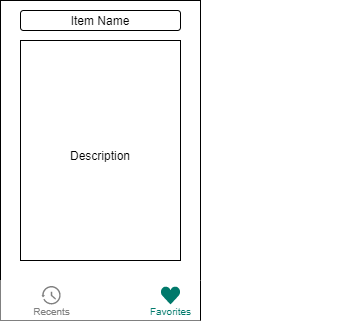
Before: Barter System App Wireframe.png, a diagram exported from draw.io (TanishqSinghAnand/Barter-System-APP-wireframe-and-user-stories). Source tidied: cells renumbered, new cells last; positions are measured from the earlier drawing's top-left corner, leaving out a move shared by most shapes. Source of this version:
```xml
<mxGraphModel>
  <root>
    <mxCell id="0" />
    <mxCell id="1" parent="0" />
    <mxCell id="2" style="rounded=0;whiteSpace=wrap;html=1;" parent="1" vertex="1">
      <mxGeometry width="200" height="320" as="geometry" />
    </mxCell>
    <mxCell id="3" style="dashed=0;align=center;fontSize=12;shape=rect;fillColor=#ffffff;strokeColor=none;shadow=0;" parent="1" vertex="1">
      <mxGeometry y="280" width="340" height="40" as="geometry" />
    </mxCell>
    <mxCell id="4" value="Recents" style="dashed=0;html=1;shape=mxgraph.gmdl.recents;fillColor=#808080;strokeColor=none;fontColor=#808080;verticalAlign=top;spacingLeft=0;fontSize=10;labelPosition=center;verticalLabelPosition=bottom;align=center;spacingBottom=0;spacingTop=-6;" parent="3" vertex="1">
      <mxGeometry x="0.15" y="0.5" width="20" height="20" relative="1" as="geometry">
        <mxPoint x="-10" y="-15" as="offset" />
      </mxGeometry>
    </mxCell>
    <mxCell id="5" value="Favorites" style="dashed=0;html=1;shape=mxgraph.gmdl.heart;fillColor=#00796B;strokeColor=none;fontColor=#00796B;verticalAlign=top;spacingLeft=0;fontSize=10;labelPosition=center;verticalLabelPosition=bottom;align=center;spacingBottom=0;spacingTop=-5;" parent="3" vertex="1">
      <mxGeometry x="0.5" y="0.5" width="20" height="18" relative="1" as="geometry">
        <mxPoint x="-10" y="-14" as="offset" />
      </mxGeometry>
    </mxCell>
    <mxCell id="6" style="endArrow=none;html=1;" parent="3" edge="1">
      <mxGeometry relative="1" as="geometry">
        <mxPoint x="200" y="40" as="sourcePoint" />
        <mxPoint x="200" as="targetPoint" />
        <Array as="points">
          <mxPoint x="200" y="40" />
        </Array>
      </mxGeometry>
    </mxCell>
    <mxCell id="7" style="rounded=1;whiteSpace=wrap;html=1;" parent="1" vertex="1">
      <mxGeometry x="20" y="10" width="160" height="20" as="geometry" />
    </mxCell>
    <mxCell id="8" value="Item Name" style="text;html=1;strokeColor=none;fillColor=none;align=center;verticalAlign=middle;whiteSpace=wrap;rounded=0;" parent="1" vertex="1">
      <mxGeometry x="20" y="10" width="160" height="20" as="geometry" />
    </mxCell>
    <mxCell id="9" style="rounded=0;whiteSpace=wrap;html=1;" parent="1" vertex="1">
      <mxGeometry x="20" y="40" width="160" height="220" as="geometry" />
    </mxCell>
    <mxCell id="10" value="Description" style="text;html=1;strokeColor=none;fillColor=none;align=center;verticalAlign=middle;whiteSpace=wrap;rounded=0;" parent="1" vertex="1">
      <mxGeometry x="20" y="40" width="160" height="230" as="geometry" />
    </mxCell>
  </root>
</mxGraphModel>
```
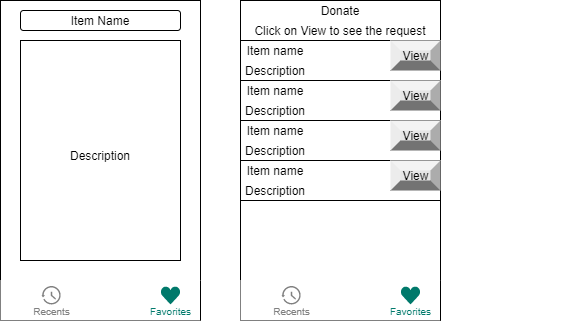
After the commit.

Commit message:
Added Donate Screen

What changed in the source:
```diff
@@ -39,5 +39,93 @@
     <mxCell id="10" value="Description" style="text;html=1;strokeColor=none;fillColor=none;align=center;verticalAlign=middle;whiteSpace=wrap;rounded=0;" parent="1" vertex="1">
       <mxGeometry x="20" y="40" width="160" height="230" as="geometry" />
     </mxCell>
+    <mxCell id="11" style="rounded=0;whiteSpace=wrap;html=1;" parent="1" vertex="1">
+      <mxGeometry x="240" width="200" height="320" as="geometry" />
+    </mxCell>
+    <mxCell id="12" style="dashed=0;align=center;fontSize=12;shape=rect;fillColor=#ffffff;strokeColor=none;shadow=0;" parent="1" vertex="1">
+      <mxGeometry x="240" y="280" width="340" height="40" as="geometry" />
+    </mxCell>
+    <mxCell id="13" value="Recents" style="dashed=0;html=1;shape=mxgraph.gmdl.recents;fillColor=#808080;strokeColor=none;fontColor=#808080;verticalAlign=top;spacingLeft=0;fontSize=10;labelPosition=center;verticalLabelPosition=bottom;align=center;spacingBottom=0;spacingTop=-6;" parent="12" vertex="1">
+      <mxGeometry x="0.15" y="0.5" width="20" height="20" relative="1" as="geometry">
+        <mxPoint x="-10" y="-15" as="offset" />
+      </mxGeometry>
+    </mxCell>
+    <mxCell id="14" value="Favorites" style="dashed=0;html=1;shape=mxgraph.gmdl.heart;fillColor=#00796B;strokeColor=none;fontColor=#00796B;verticalAlign=top;spacingLeft=0;fontSize=10;labelPosition=center;verticalLabelPosition=bottom;align=center;spacingBottom=0;spacingTop=-5;" parent="12" vertex="1">
+      <mxGeometry x="0.5" y="0.5" width="20" height="18" relative="1" as="geometry">
+        <mxPoint x="-10" y="-14" as="offset" />
+      </mxGeometry>
+    </mxCell>
+    <mxCell id="15" style="endArrow=none;html=1;" parent="12" edge="1">
+      <mxGeometry relative="1" as="geometry">
+        <mxPoint x="200" y="40" as="sourcePoint" />
+        <mxPoint x="200" as="targetPoint" />
+        <Array as="points">
+          <mxPoint x="200" y="40" />
+        </Array>
+      </mxGeometry>
+    </mxCell>
+    <mxCell id="16" style="endArrow=none;html=1;" parent="12" edge="1">
+      <mxGeometry relative="1" as="geometry">
+        <mxPoint x="200" y="40" as="sourcePoint" />
+        <mxPoint x="200" as="targetPoint" />
+        <Array as="points">
+          <mxPoint x="200" y="40" />
+        </Array>
+      </mxGeometry>
+    </mxCell>
+    <mxCell id="17" style="rounded=0;whiteSpace=wrap;html=1;" parent="1" vertex="1">
+      <mxGeometry x="240" y="40" width="200" height="40" as="geometry" />
+    </mxCell>
+    <mxCell id="18" style="rounded=0;whiteSpace=wrap;html=1;" parent="1" vertex="1">
+      <mxGeometry x="240" y="80" width="200" height="40" as="geometry" />
+    </mxCell>
+    <mxCell id="19" style="rounded=0;whiteSpace=wrap;html=1;" parent="1" vertex="1">
+      <mxGeometry x="240" y="120" width="200" height="40" as="geometry" />
+    </mxCell>
+    <mxCell id="20" style="rounded=0;whiteSpace=wrap;html=1;" parent="1" vertex="1">
+      <mxGeometry x="240" y="160" width="200" height="40" as="geometry" />
+    </mxCell>
+    <mxCell id="21" value="Item name" style="text;html=1;strokeColor=none;fillColor=none;align=center;verticalAlign=middle;whiteSpace=wrap;rounded=0;" parent="1" vertex="1">
+      <mxGeometry x="240" y="40" width="70" height="20" as="geometry" />
+    </mxCell>
+    <mxCell id="22" value="Description" style="text;html=1;strokeColor=none;fillColor=none;align=center;verticalAlign=middle;whiteSpace=wrap;rounded=0;" parent="1" vertex="1">
+      <mxGeometry x="240" y="60" width="70" height="20" as="geometry" />
+    </mxCell>
+    <mxCell id="23" value="Item name" style="text;html=1;strokeColor=none;fillColor=none;align=center;verticalAlign=middle;whiteSpace=wrap;rounded=0;" parent="1" vertex="1">
+      <mxGeometry x="240" y="80" width="70" height="20" as="geometry" />
+    </mxCell>
+    <mxCell id="24" value="Item name" style="text;html=1;strokeColor=none;fillColor=none;align=center;verticalAlign=middle;whiteSpace=wrap;rounded=0;" parent="1" vertex="1">
+      <mxGeometry x="240" y="120" width="70" height="20" as="geometry" />
+    </mxCell>
+    <mxCell id="25" value="Item name" style="text;html=1;strokeColor=none;fillColor=none;align=center;verticalAlign=middle;whiteSpace=wrap;rounded=0;" parent="1" vertex="1">
+      <mxGeometry x="240" y="160" width="70" height="20" as="geometry" />
+    </mxCell>
+    <mxCell id="26" value="Description" style="text;html=1;strokeColor=none;fillColor=none;align=center;verticalAlign=middle;whiteSpace=wrap;rounded=0;" parent="1" vertex="1">
+      <mxGeometry x="240" y="100" width="70" height="20" as="geometry" />
+    </mxCell>
+    <mxCell id="27" value="Description" style="text;html=1;strokeColor=none;fillColor=none;align=center;verticalAlign=middle;whiteSpace=wrap;rounded=0;" parent="1" vertex="1">
+      <mxGeometry x="240" y="140" width="70" height="20" as="geometry" />
+    </mxCell>
+    <mxCell id="28" value="Description" style="text;html=1;strokeColor=none;fillColor=none;align=center;verticalAlign=middle;whiteSpace=wrap;rounded=0;" parent="1" vertex="1">
+      <mxGeometry x="240" y="180" width="70" height="20" as="geometry" />
+    </mxCell>
+    <mxCell id="29" value="View&lt;span style=&quot;color: rgba(0 , 0 , 0 , 0) ; font-family: monospace ; font-size: 0px&quot;&gt;%3CmxGraphModel%3E%3Croot%3E%3CmxCell%20id%3D%220%22%2F%3E%3CmxCell%20id%3D%221%22%20parent%3D%220%22%2F%3E%3CmxCell%20id%3D%222%22%20value%3D%22Description%22%20style%3D%22text%3Bhtml%3D1%3BstrokeColor%3Dnone%3BfillColor%3Dnone%3Balign%3Dcenter%3BverticalAlign%3Dmiddle%3BwhiteSpace%3Dwrap%3Brounded%3D0%3B%22%20vertex%3D%221%22%20parent%3D%221%22%3E%3CmxGeometry%20x%3D%22240%22%20y%3D%22100%22%20width%3D%2270%22%20height%3D%2220%22%20as%3D%22geometry%22%2F%3E%3C%2FmxCell%3E%3C%2Froot%3E%3C%2FmxGraphModel%3E&lt;/span&gt;&lt;span style=&quot;color: rgba(0 , 0 , 0 , 0) ; font-family: monospace ; font-size: 0px&quot;&gt;%3CmxGraphModel%3E%3Croot%3E%3CmxCell%20id%3D%220%22%2F%3E%3CmxCell%20id%3D%221%22%20parent%3D%220%22%2F%3E%3CmxCell%20id%3D%222%22%20value%3D%22Description%22%20style%3D%22text%3Bhtml%3D1%3BstrokeColor%3Dnone%3BfillColor%3Dnone%3Balign%3Dcenter%3BverticalAlign%3Dmiddle%3BwhiteSpace%3Dwrap%3Brounded%3D0%3B%22%20vertex%3D%221%22%20parent%3D%221%22%3E%3CmxGeometry%20x%3D%22240%22%20y%3D%22100%22%20width%3D%2270%22%20height%3D%2220%22%20as%3D%22geometry%22%2F%3E%3C%2FmxCell%3E%3C%2Froot%3E%3C%2FmxGraphModel%3E&lt;/span&gt;&lt;span style=&quot;color: rgba(0 , 0 , 0 , 0) ; font-family: monospace ; font-size: 0px&quot;&gt;%3CmxGraphModel%3E%3Croot%3E%3CmxCell%20id%3D%220%22%2F%3E%3CmxCell%20id%3D%221%22%20parent%3D%220%22%2F%3E%3CmxCell%20id%3D%222%22%20value%3D%22Description%22%20style%3D%22text%3Bhtml%3D1%3BstrokeColor%3Dnone%3BfillColor%3Dnone%3Balign%3Dcenter%3BverticalAlign%3Dmiddle%3BwhiteSpace%3Dwrap%3Brounded%3D0%3B%22%20vertex%3D%221%22%20parent%3D%221%22%3E%3CmxGeometry%20x%3D%22240%22%20y%3D%22100%22%20width%3D%2270%22%20height%3D%2220%22%20as%3D%22geometry%22%2F%3E%3C%2FmxCell%3E%3C%2Froot%3E%3C%2FmxGraphModel%3E&lt;/span&gt;" style="labelPosition=center;verticalLabelPosition=middle;align=center;html=1;shape=mxgraph.basic.shaded_button;dx=10;fillColor=#E6E6E6;strokeColor=none;" parent="1" vertex="1">
+      <mxGeometry x="390" y="40" width="50" height="30" as="geometry" />
+    </mxCell>
+    <mxCell id="30" value="View&lt;span style=&quot;color: rgba(0 , 0 , 0 , 0) ; font-family: monospace ; font-size: 0px&quot;&gt;%3CmxGraphModel%3E%3Croot%3E%3CmxCell%20id%3D%220%22%2F%3E%3CmxCell%20id%3D%221%22%20parent%3D%220%22%2F%3E%3CmxCell%20id%3D%222%22%20value%3D%22Description%22%20style%3D%22text%3Bhtml%3D1%3BstrokeColor%3Dnone%3BfillColor%3Dnone%3Balign%3Dcenter%3BverticalAlign%3Dmiddle%3BwhiteSpace%3Dwrap%3Brounded%3D0%3B%22%20vertex%3D%221%22%20parent%3D%221%22%3E%3CmxGeometry%20x%3D%22240%22%20y%3D%22100%22%20width%3D%2270%22%20height%3D%2220%22%20as%3D%22geometry%22%2F%3E%3C%2FmxCell%3E%3C%2Froot%3E%3C%2FmxGraphModel%3E&lt;/span&gt;&lt;span style=&quot;color: rgba(0 , 0 , 0 , 0) ; font-family: monospace ; font-size: 0px&quot;&gt;%3CmxGraphModel%3E%3Croot%3E%3CmxCell%20id%3D%220%22%2F%3E%3CmxCell%20id%3D%221%22%20parent%3D%220%22%2F%3E%3CmxCell%20id%3D%222%22%20value%3D%22Description%22%20style%3D%22text%3Bhtml%3D1%3BstrokeColor%3Dnone%3BfillColor%3Dnone%3Balign%3Dcenter%3BverticalAlign%3Dmiddle%3BwhiteSpace%3Dwrap%3Brounded%3D0%3B%22%20vertex%3D%221%22%20parent%3D%221%22%3E%3CmxGeometry%20x%3D%22240%22%20y%3D%22100%22%20width%3D%2270%22%20height%3D%2220%22%20as%3D%22geometry%22%2F%3E%3C%2FmxCell%3E%3C%2Froot%3E%3C%2FmxGraphModel%3E&lt;/span&gt;&lt;span style=&quot;color: rgba(0 , 0 , 0 , 0) ; font-family: monospace ; font-size: 0px&quot;&gt;%3CmxGraphModel%3E%3Croot%3E%3CmxCell%20id%3D%220%22%2F%3E%3CmxCell%20id%3D%221%22%20parent%3D%220%22%2F%3E%3CmxCell%20id%3D%222%22%20value%3D%22Description%22%20style%3D%22text%3Bhtml%3D1%3BstrokeColor%3Dnone%3BfillColor%3Dnone%3Balign%3Dcenter%3BverticalAlign%3Dmiddle%3BwhiteSpace%3Dwrap%3Brounded%3D0%3B%22%20vertex%3D%221%22%20parent%3D%221%22%3E%3CmxGeometry%20x%3D%22240%22%20y%3D%22100%22%20width%3D%2270%22%20height%3D%2220%22%20as%3D%22geometry%22%2F%3E%3C%2FmxCell%3E%3C%2Froot%3E%3C%2FmxGraphModel%3E&lt;/span&gt;" style="labelPosition=center;verticalLabelPosition=middle;align=center;html=1;shape=mxgraph.basic.shaded_button;dx=10;fillColor=#E6E6E6;strokeColor=none;" parent="1" vertex="1">
+      <mxGeometry x="390" y="80" width="50" height="30" as="geometry" />
+    </mxCell>
+    <mxCell id="31" value="View&lt;span style=&quot;color: rgba(0 , 0 , 0 , 0) ; font-family: monospace ; font-size: 0px&quot;&gt;%3CmxGraphModel%3E%3Croot%3E%3CmxCell%20id%3D%220%22%2F%3E%3CmxCell%20id%3D%221%22%20parent%3D%220%22%2F%3E%3CmxCell%20id%3D%222%22%20value%3D%22Description%22%20style%3D%22text%3Bhtml%3D1%3BstrokeColor%3Dnone%3BfillColor%3Dnone%3Balign%3Dcenter%3BverticalAlign%3Dmiddle%3BwhiteSpace%3Dwrap%3Brounded%3D0%3B%22%20vertex%3D%221%22%20parent%3D%221%22%3E%3CmxGeometry%20x%3D%22240%22%20y%3D%22100%22%20width%3D%2270%22%20height%3D%2220%22%20as%3D%22geometry%22%2F%3E%3C%2FmxCell%3E%3C%2Froot%3E%3C%2FmxGraphModel%3E&lt;/span&gt;&lt;span style=&quot;color: rgba(0 , 0 , 0 , 0) ; font-family: monospace ; font-size: 0px&quot;&gt;%3CmxGraphModel%3E%3Croot%3E%3CmxCell%20id%3D%220%22%2F%3E%3CmxCell%20id%3D%221%22%20parent%3D%220%22%2F%3E%3CmxCell%20id%3D%222%22%20value%3D%22Description%22%20style%3D%22text%3Bhtml%3D1%3BstrokeColor%3Dnone%3BfillColor%3Dnone%3Balign%3Dcenter%3BverticalAlign%3Dmiddle%3BwhiteSpace%3Dwrap%3Brounded%3D0%3B%22%20vertex%3D%221%22%20parent%3D%221%22%3E%3CmxGeometry%20x%3D%22240%22%20y%3D%22100%22%20width%3D%2270%22%20height%3D%2220%22%20as%3D%22geometry%22%2F%3E%3C%2FmxCell%3E%3C%2Froot%3E%3C%2FmxGraphModel%3E&lt;/span&gt;&lt;span style=&quot;color: rgba(0 , 0 , 0 , 0) ; font-family: monospace ; font-size: 0px&quot;&gt;%3CmxGraphModel%3E%3Croot%3E%3CmxCell%20id%3D%220%22%2F%3E%3CmxCell%20id%3D%221%22%20parent%3D%220%22%2F%3E%3CmxCell%20id%3D%222%22%20value%3D%22Description%22%20style%3D%22text%3Bhtml%3D1%3BstrokeColor%3Dnone%3BfillColor%3Dnone%3Balign%3Dcenter%3BverticalAlign%3Dmiddle%3BwhiteSpace%3Dwrap%3Brounded%3D0%3B%22%20vertex%3D%221%22%20parent%3D%221%22%3E%3CmxGeometry%20x%3D%22240%22%20y%3D%22100%22%20width%3D%2270%22%20height%3D%2220%22%20as%3D%22geometry%22%2F%3E%3C%2FmxCell%3E%3C%2Froot%3E%3C%2FmxGraphModel%3E&lt;/span&gt;" style="labelPosition=center;verticalLabelPosition=middle;align=center;html=1;shape=mxgraph.basic.shaded_button;dx=10;fillColor=#E6E6E6;strokeColor=none;" parent="1" vertex="1">
+      <mxGeometry x="390" y="120" width="50" height="30" as="geometry" />
+    </mxCell>
+    <mxCell id="32" value="View&lt;span style=&quot;color: rgba(0 , 0 , 0 , 0) ; font-family: monospace ; font-size: 0px&quot;&gt;%3CmxGraphModel%3E%3Croot%3E%3CmxCell%20id%3D%220%22%2F%3E%3CmxCell%20id%3D%221%22%20parent%3D%220%22%2F%3E%3CmxCell%20id%3D%222%22%20value%3D%22Description%22%20style%3D%22text%3Bhtml%3D1%3BstrokeColor%3Dnone%3BfillColor%3Dnone%3Balign%3Dcenter%3BverticalAlign%3Dmiddle%3BwhiteSpace%3Dwrap%3Brounded%3D0%3B%22%20vertex%3D%221%22%20parent%3D%221%22%3E%3CmxGeometry%20x%3D%22240%22%20y%3D%22100%22%20width%3D%2270%22%20height%3D%2220%22%20as%3D%22geometry%22%2F%3E%3C%2FmxCell%3E%3C%2Froot%3E%3C%2FmxGraphModel%3E&lt;/span&gt;&lt;span style=&quot;color: rgba(0 , 0 , 0 , 0) ; font-family: monospace ; font-size: 0px&quot;&gt;%3CmxGraphModel%3E%3Croot%3E%3CmxCell%20id%3D%220%22%2F%3E%3CmxCell%20id%3D%221%22%20parent%3D%220%22%2F%3E%3CmxCell%20id%3D%222%22%20value%3D%22Description%22%20style%3D%22text%3Bhtml%3D1%3BstrokeColor%3Dnone%3BfillColor%3Dnone%3Balign%3Dcenter%3BverticalAlign%3Dmiddle%3BwhiteSpace%3Dwrap%3Brounded%3D0%3B%22%20vertex%3D%221%22%20parent%3D%221%22%3E%3CmxGeometry%20x%3D%22240%22%20y%3D%22100%22%20width%3D%2270%22%20height%3D%2220%22%20as%3D%22geometry%22%2F%3E%3C%2FmxCell%3E%3C%2Froot%3E%3C%2FmxGraphModel%3E&lt;/span&gt;&lt;span style=&quot;color: rgba(0 , 0 , 0 , 0) ; font-family: monospace ; font-size: 0px&quot;&gt;%3CmxGraphModel%3E%3Croot%3E%3CmxCell%20id%3D%220%22%2F%3E%3CmxCell%20id%3D%221%22%20parent%3D%220%22%2F%3E%3CmxCell%20id%3D%222%22%20value%3D%22Description%22%20style%3D%22text%3Bhtml%3D1%3BstrokeColor%3Dnone%3BfillColor%3Dnone%3Balign%3Dcenter%3BverticalAlign%3Dmiddle%3BwhiteSpace%3Dwrap%3Brounded%3D0%3B%22%20vertex%3D%221%22%20parent%3D%221%22%3E%3CmxGeometry%20x%3D%22240%22%20y%3D%22100%22%20width%3D%2270%22%20height%3D%2220%22%20as%3D%22geometry%22%2F%3E%3C%2FmxCell%3E%3C%2Froot%3E%3C%2FmxGraphModel%3E&lt;/span&gt;" style="labelPosition=center;verticalLabelPosition=middle;align=center;html=1;shape=mxgraph.basic.shaded_button;dx=10;fillColor=#E6E6E6;strokeColor=none;" parent="1" vertex="1">
+      <mxGeometry x="390" y="160" width="50" height="30" as="geometry" />
+    </mxCell>
+    <mxCell id="33" value="Donate" style="text;html=1;strokeColor=none;fillColor=none;align=center;verticalAlign=middle;whiteSpace=wrap;rounded=0;" parent="1" vertex="1">
+      <mxGeometry x="240" width="200" height="20" as="geometry" />
+    </mxCell>
+    <mxCell id="34" value="Click on View to see the request" style="text;html=1;strokeColor=none;fillColor=none;align=center;verticalAlign=middle;whiteSpace=wrap;rounded=0;" parent="1" vertex="1">
+      <mxGeometry x="240" y="20" width="200" height="20" as="geometry" />
+    </mxCell>
   </root>
 </mxGraphModel>
```
